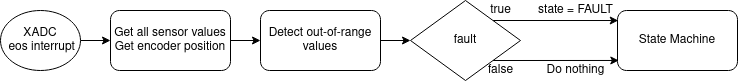
Before: Overview/ISRFlow.png, a diagram exported from draw.io (SR-Madsen/ElectricGoKart). Source tidied: cells renumbered, new cells last; positions are measured from the earlier drawing's top-left corner, leaving out a move shared by most shapes.
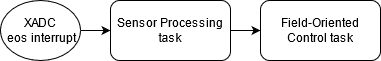
Above is the later version.

What changed in the source:
```diff
@@ -4,47 +4,20 @@
     <mxCell id="1" parent="0" />
     <mxCell id="2" style="edgeStyle=orthogonalEdgeStyle;rounded=0;jettySize=auto;html=1;startArrow=none;startFill=0;" parent="1" edge="1" target="4">
       <mxGeometry relative="1" as="geometry">
-        <mxPoint x="80" y="40" as="sourcePoint" />
+        <mxPoint x="224" y="40" as="sourcePoint" />
       </mxGeometry>
     </mxCell>
-    <mxCell id="3" style="edgeStyle=orthogonalEdgeStyle;rounded=0;jettySize=auto;html=1;exitX=1;exitY=0.5;exitDx=0;exitDy=0;entryX=0;entryY=0.5;entryDx=0;entryDy=0;startArrow=none;startFill=0;" parent="1" edge="1" source="4" target="6">
+    <mxCell id="3" style="edgeStyle=orthogonalEdgeStyle;rounded=0;jettySize=auto;html=1;exitX=1;exitY=0.5;exitDx=0;exitDy=0;entryX=0;entryY=0.5;entryDx=0;entryDy=0;startArrow=none;startFill=0;" parent="1" edge="1" source="4" target="5">
       <mxGeometry relative="1" as="geometry" />
     </mxCell>
-    <mxCell id="4" value="&lt;div&gt;Get all sensor values&lt;/div&gt;&lt;div&gt;Get encoder position&lt;br&gt;&lt;/div&gt;" style="whiteSpace=wrap;html=1;rounded=1;" parent="1" vertex="1">
-      <mxGeometry x="110" y="10" width="120" height="60" as="geometry" />
+    <mxCell id="4" value="Sensor Processing task" style="whiteSpace=wrap;html=1;rounded=1;" parent="1" vertex="1">
+      <mxGeometry x="260" y="10" width="120" height="60" as="geometry" />
     </mxCell>
-    <mxCell id="5" style="edgeStyle=orthogonalEdgeStyle;rounded=0;jettySize=auto;html=1;exitX=1;exitY=0.5;exitDx=0;exitDy=0;entryX=0;entryY=0.5;entryDx=0;entryDy=0;startArrow=none;startFill=0;" parent="1" edge="1" source="6" target="9">
-      <mxGeometry relative="1" as="geometry" />
+    <mxCell id="5" value="Field-Oriented Control task" style="whiteSpace=wrap;html=1;rounded=1;" parent="1" vertex="1">
+      <mxGeometry x="410" y="10" width="120" height="60" as="geometry" />
     </mxCell>
-    <mxCell id="6" value="Detect out-of-range values" style="whiteSpace=wrap;html=1;rounded=1;" parent="1" vertex="1">
-      <mxGeometry x="260" y="10" width="120" height="60" as="geometry" />
+    <mxCell id="6" value="&lt;div&gt;XADC&lt;/div&gt;&amp;nbsp;eos interrupt" style="ellipse;whiteSpace=wrap;html=1;" parent="1" vertex="1">
+      <mxGeometry x="150" y="10" width="80" height="60" as="geometry" />
     </mxCell>
-    <mxCell id="7" style="edgeStyle=orthogonalEdgeStyle;rounded=0;jettySize=auto;html=1;exitX=1;exitY=0;exitDx=0;exitDy=0;entryX=0.006;entryY=0.167;entryDx=0;entryDy=0;entryPerimeter=0;startArrow=none;startFill=0;" parent="1" edge="1" source="9" target="10">
-      <mxGeometry relative="1" as="geometry" />
-    </mxCell>
-    <mxCell id="8" style="edgeStyle=orthogonalEdgeStyle;rounded=0;jettySize=auto;html=1;exitX=1;exitY=1;exitDx=0;exitDy=0;entryX=0.011;entryY=0.833;entryDx=0;entryDy=0;entryPerimeter=0;startArrow=none;startFill=0;" parent="1" edge="1" source="9" target="10">
-      <mxGeometry relative="1" as="geometry" />
-    </mxCell>
-    <mxCell id="9" value="fault" style="rhombus;whiteSpace=wrap;html=1;" parent="1" vertex="1">
-      <mxGeometry x="410" width="110" height="80" as="geometry" />
-    </mxCell>
-    <mxCell id="10" value="State Machine" style="rounded=1;whiteSpace=wrap;html=1;" parent="1" vertex="1">
-      <mxGeometry x="617" y="10" width="120" height="60" as="geometry" />
-    </mxCell>
-    <mxCell id="11" value="true" style="text;html=1;align=center;verticalAlign=middle;strokeColor=none;" parent="1" vertex="1">
-      <mxGeometry x="480" width="40" height="20" as="geometry" />
-    </mxCell>
-    <mxCell id="12" value="state = FAULT" style="text;html=1;align=center;verticalAlign=middle;strokeColor=none;" parent="1" vertex="1">
-      <mxGeometry x="530" width="90" height="20" as="geometry" />
-    </mxCell>
-    <mxCell id="13" value="false" style="text;html=1;align=center;verticalAlign=middle;strokeColor=none;" parent="1" vertex="1">
-      <mxGeometry x="480" y="60" width="40" height="20" as="geometry" />
-    </mxCell>
-    <mxCell id="14" value="Do nothing" style="text;html=1;align=center;verticalAlign=middle;strokeColor=none;" parent="1" vertex="1">
-      <mxGeometry x="540" y="60" width="70" height="20" as="geometry" />
-    </mxCell>
-    <mxCell id="15" value="&lt;div&gt;XADC&lt;/div&gt;&amp;nbsp;eos interrupt" style="ellipse;whiteSpace=wrap;html=1;" parent="1" vertex="1">
-      <mxGeometry y="10" width="80" height="60" as="geometry" />
-    </mxCell>
   </root>
 </mxGraphModel>
```
